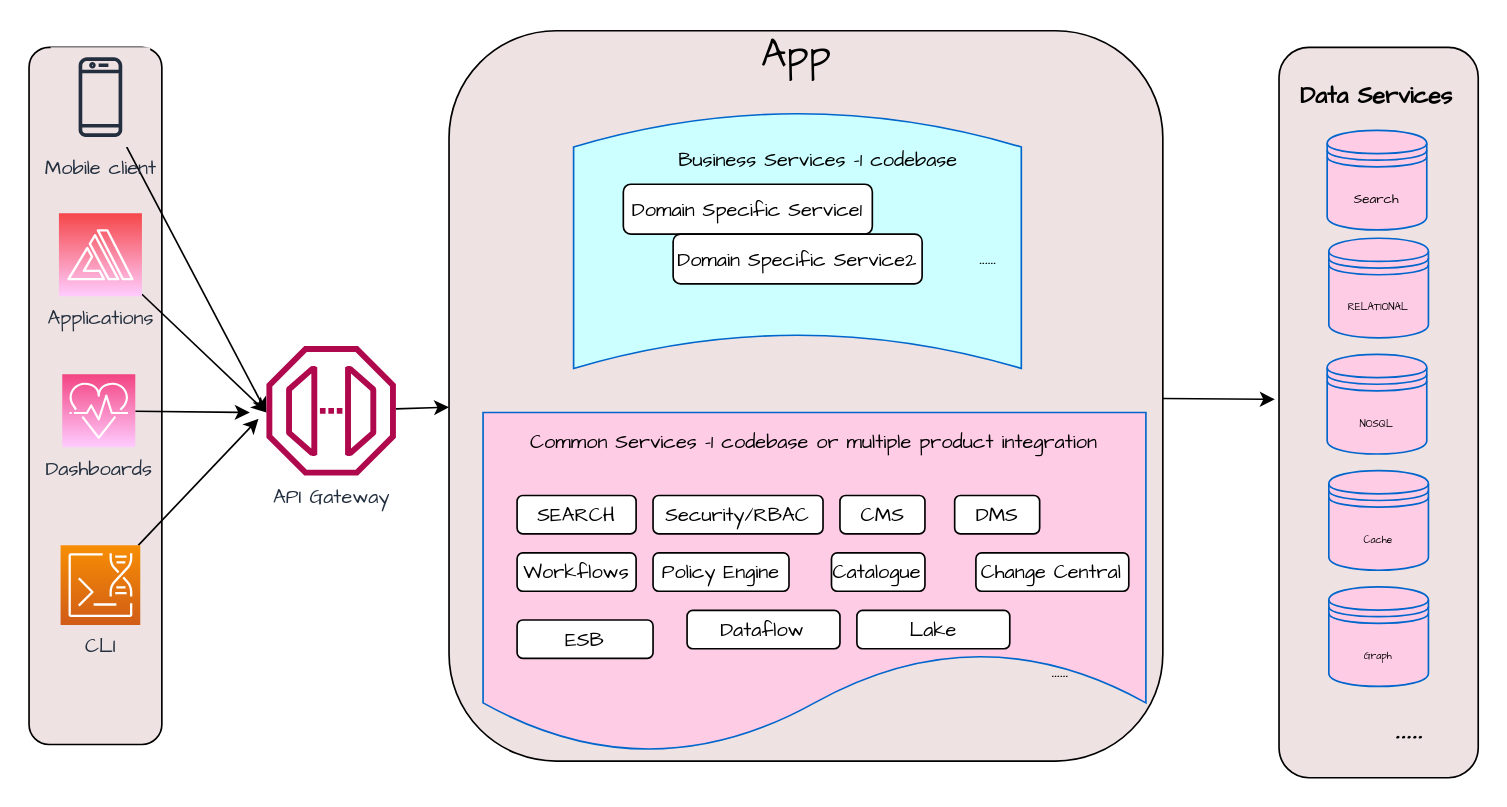
This is page "Monolith" (4 of 6) of brain/arcitectures.drawio from promodeagro/notes, a draw.io file, before an edit. Source tidied: cells renumbered, new cells numbered last; positions are measured from the earlier drawing's top-left corner, leaving out a move shared by most shapes. Both pictures are drawn from the tidied source at 166%, with x=0, y=0 at pixel (28, 17).
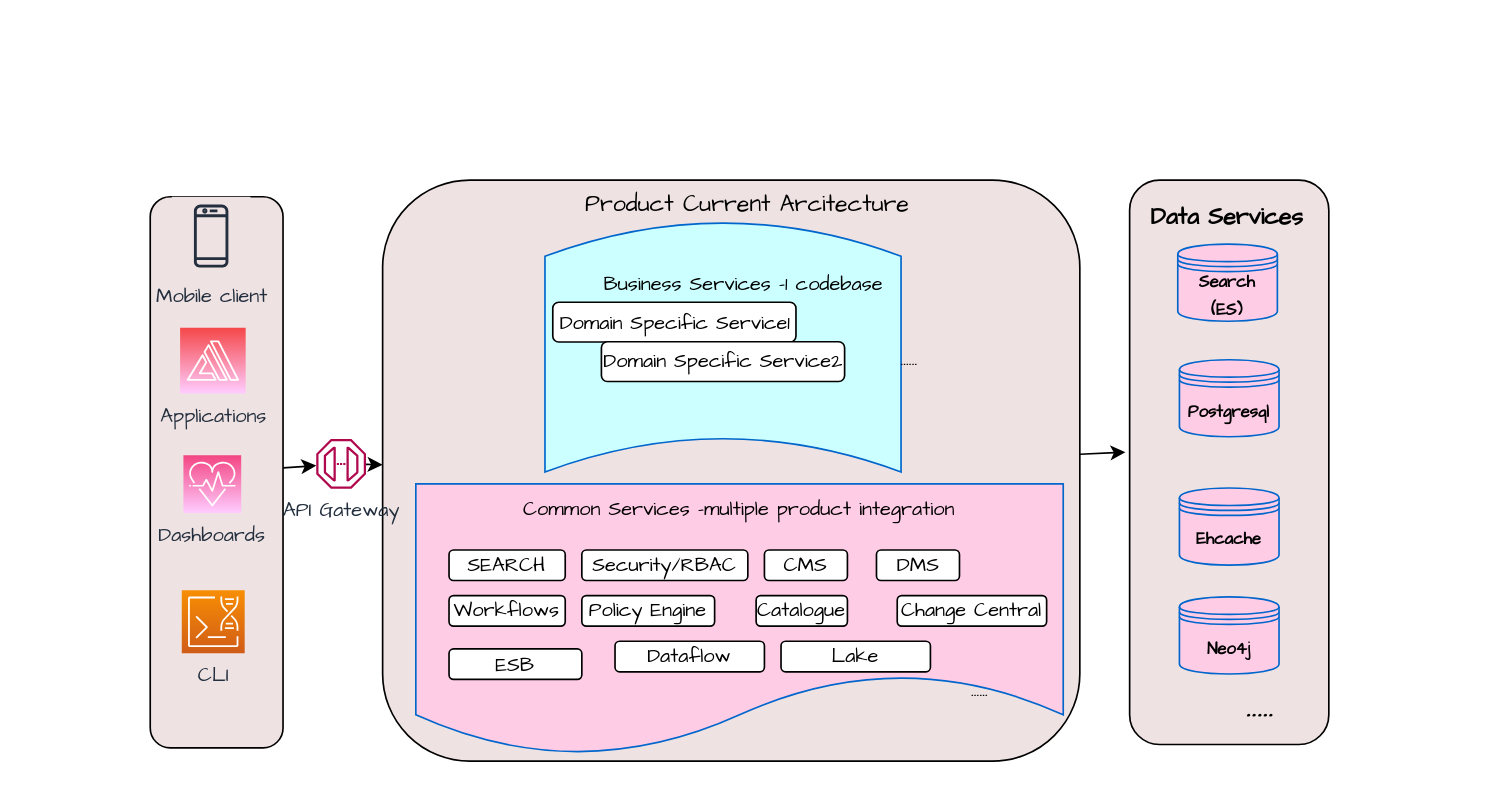
The same page after the edit.

What changed in the source:
```diff
@@
     <mxCell id="2" style="group;" parent="1" vertex="1">
-      <mxGeometry x="253" y="8" width="430" height="440" as="geometry" />
+      <mxGeometry x="213" y="98" width="420" height="350" as="geometry" />
     </mxCell>
     <mxCell id="3" style="rounded=1;whiteSpace=wrap;html=1;fillColor=#EEE2E2;" parent="2" vertex="1">
-      <mxGeometry width="430" height="440" as="geometry" />
+      <mxGeometry width="420" height="350" as="geometry" />
     </mxCell>
     <mxCell id="4" style="group;" parent="2" vertex="1">
-      <mxGeometry x="20.5" y="260" width="389" height="180" as="geometry" />
+      <mxGeometry x="20" y="206.8" width="380" height="143.2" as="geometry" />
     </mxCell>
     <mxCell id="5" value="......" style="text;html=1;strokeColor=none;fillColor=none;align=center;verticalAlign=middle;whiteSpace=wrap;rounded=0;fontFamily=Comic Sans MS;" parent="4" vertex="1">
-      <mxGeometry x="317.4" y="109.6" width="61.4" height="34.6" as="geometry" />
+      <mxGeometry x="310" y="87.2" width="60" height="27.5" as="geometry" />
     </mxCell>
-    <mxCell id="6" value="App" style="text;html=1;strokeColor=none;fillColor=none;align=center;verticalAlign=middle;whiteSpace=wrap;rounded=0;fontFamily=Comic Sans MS;fontSize=24;" parent="2" vertex="1">
-      <mxGeometry x="179.2" width="61.4" height="30" as="geometry" />
-    </mxCell>
     <mxCell id="7" style="group;" parent="2" vertex="1">
-      <mxGeometry x="20.5" y="230" width="399.3" height="205.8" as="geometry" />
+      <mxGeometry x="20" y="183" width="390" height="163.7" as="geometry" />
     </mxCell>
     <mxCell id="8" style="group;" parent="7" vertex="1">
-      <mxGeometry y="20" width="399.3" height="185.8" as="geometry" />
+      <mxGeometry y="15.9" width="390" height="147.8" as="geometry" />
     </mxCell>
     <mxCell id="9" style="shape=document;whiteSpace=wrap;html=1;boundedLbl=1;strokeColor=#0066CC;fontFamily=Comic Sans MS;fontSize=24;fillColor=#FFCCE6;" parent="8" vertex="1">
-      <mxGeometry y="-20" width="399.3" height="205.8" as="geometry" />
+      <mxGeometry y="-15.9" width="390" height="163.7" as="geometry" />
     </mxCell>
     <mxCell id="10" value="&lt;font face=&quot;Comic Sans MS&quot;&gt;SEARCH&lt;/font&gt;" style="rounded=1;whiteSpace=wrap;html=1;fillColor=#FFFFFF;" parent="8" vertex="1">
-      <mxGeometry x="20.5" y="30" width="71.7" height="23.1" as="geometry" />
+      <mxGeometry x="20" y="23.9" width="70" height="18.4" as="geometry" />
     </mxCell>
     <mxCell id="11" value="&lt;font face=&quot;Comic Sans MS&quot;&gt;Security/RBAC&lt;/font&gt;" style="rounded=1;whiteSpace=wrap;html=1;" parent="8" vertex="1">
-      <mxGeometry x="102.4" y="30" width="102.4" height="23.1" as="geometry" />
+      <mxGeometry x="100" y="23.9" width="100" height="18.4" as="geometry" />
     </mxCell>
     <mxCell id="12" value="&lt;font face=&quot;Comic Sans MS&quot;&gt;CMS&lt;/font&gt;" style="rounded=1;whiteSpace=wrap;html=1;fillColor=#FFFFFF;" parent="8" vertex="1">
-      <mxGeometry x="215" y="30" width="51.2" height="23.1" as="geometry" />
+      <mxGeometry x="210" y="23.9" width="50" height="18.4" as="geometry" />
     </mxCell>
     <mxCell id="13" value="&lt;font face=&quot;Comic Sans MS&quot;&gt;DMS&lt;/font&gt;" style="rounded=1;whiteSpace=wrap;html=1;fillColor=#FFFFFF;" parent="8" vertex="1">
-      <mxGeometry x="284.1" y="30" width="51.2" height="23.1" as="geometry" />
+      <mxGeometry x="277.5" y="23.9" width="50" height="18.4" as="geometry" />
     </mxCell>
     <mxCell id="14" value="&lt;font face=&quot;Comic Sans MS&quot;&gt;Workflows&lt;/font&gt;" style="rounded=1;whiteSpace=wrap;html=1;fillColor=#FFFFFF;" parent="8" vertex="1">
-      <mxGeometry x="20.5" y="64.6" width="71.7" height="23.1" as="geometry" />
+      <mxGeometry x="20" y="51.4" width="70" height="18.4" as="geometry" />
     </mxCell>
     <mxCell id="15" value="&lt;font face=&quot;Comic Sans MS&quot;&gt;Policy Engine&lt;/font&gt;" style="rounded=1;whiteSpace=wrap;html=1;fillColor=#FFFFFF;" parent="8" vertex="1">
-      <mxGeometry x="102.4" y="64.6" width="81.9" height="23.1" as="geometry" />
+      <mxGeometry x="100" y="51.4" width="80" height="18.4" as="geometry" />
     </mxCell>
     <mxCell id="16" value="&lt;font face=&quot;Comic Sans MS&quot;&gt;ESB&lt;/font&gt;" style="rounded=1;whiteSpace=wrap;html=1;fillColor=#FFFFFF;" parent="8" vertex="1">
-      <mxGeometry x="20.5" y="105" width="81.9" height="23.1" as="geometry" />
+      <mxGeometry x="20" y="83.5" width="80" height="18.4" as="geometry" />
     </mxCell>
     <mxCell id="17" value="&lt;font face=&quot;Comic Sans MS&quot;&gt;Catalogue&lt;/font&gt;" style="rounded=1;whiteSpace=wrap;html=1;fillColor=#FFFFFF;" parent="8" vertex="1">
-      <mxGeometry x="209.9" y="64.6" width="56.3" height="23.1" as="geometry" />
+      <mxGeometry x="205" y="51.4" width="55" height="18.4" as="geometry" />
     </mxCell>
     <mxCell id="18" value="&lt;font face=&quot;Comic Sans MS&quot;&gt;Change Central&lt;/font&gt;" style="rounded=1;whiteSpace=wrap;html=1;fillColor=#FFFFFF;" parent="8" vertex="1">
-      <mxGeometry x="296.9" y="64.6" width="92.1" height="23.1" as="geometry" />
+      <mxGeometry x="290" y="51.4" width="90" height="18.4" as="geometry" />
     </mxCell>
     <mxCell id="19" value="&lt;font face=&quot;Comic Sans MS&quot;&gt;Dataflow&lt;/font&gt;" style="rounded=1;whiteSpace=wrap;html=1;fillColor=#FFFFFF;" parent="8" vertex="1">
-      <mxGeometry x="122.9" y="99.2" width="92.1" height="23.1" as="geometry" />
+      <mxGeometry x="120" y="78.9" width="90" height="18.4" as="geometry" />
     </mxCell>
     <mxCell id="20" value="&lt;font face=&quot;Comic Sans MS&quot;&gt;Lake&lt;/font&gt;" style="rounded=1;whiteSpace=wrap;html=1;fillColor=#FFFFFF;" parent="8" vertex="1">
-      <mxGeometry x="225.2" y="99.2" width="92.1" height="23.1" as="geometry" />
+      <mxGeometry x="220" y="78.9" width="90" height="18.4" as="geometry" />
     </mxCell>
-    <mxCell id="21" value="&lt;font style=&quot;font-size: 12px;&quot;&gt;Common Services -1 codebase or multiple product integration&lt;/font&gt;" style="text;html=1;strokeColor=none;fillColor=none;align=center;verticalAlign=middle;whiteSpace=wrap;rounded=0;fontFamily=Comic Sans MS;fontSize=24;" parent="7" vertex="1">
-      <mxGeometry x="24.6" width="350" height="30" as="geometry" />
+    <mxCell id="21" value="&lt;font style=&quot;font-size: 12px;&quot;&gt;Common Services -multiple product integration&lt;/font&gt;" style="text;html=1;strokeColor=none;fillColor=none;align=center;verticalAlign=middle;whiteSpace=wrap;rounded=0;fontFamily=Comic Sans MS;fontSize=24;" parent="7" vertex="1">
+      <mxGeometry x="24.1" width="341.9" height="23.9" as="geometry" />
     </mxCell>
     <mxCell id="22" style="group;" parent="2" vertex="1">
-      <mxGeometry x="75.1" y="50" width="279.9" height="153.4" as="geometry" />
+      <mxGeometry x="73.3" y="39.8" width="273.3" height="122.1" as="geometry" />
     </mxCell>
     <mxCell id="23" style="shape=dataStorage;whiteSpace=wrap;html=1;fixedSize=1;strokeColor=#0066CC;fontFamily=Comic Sans MS;fontSize=12;fillColor=#CCFFFF;rotation=90;" parent="22" vertex="1">
-      <mxGeometry x="58.1" y="-58.1" width="153.4" height="269.7" as="geometry" />
+      <mxGeometry x="56.8" y="-46.2" width="149.9" height="214.5" as="geometry" />
     </mxCell>
     <mxCell id="24" value="&lt;font style=&quot;font-size: 12px;&quot;&gt;Business Services -1 codebase&amp;nbsp;&lt;/font&gt;" style="text;html=1;strokeColor=none;fillColor=none;align=center;verticalAlign=middle;whiteSpace=wrap;rounded=0;fontFamily=Comic Sans MS;fontSize=24;" parent="22" vertex="1">
-      <mxGeometry x="29.9" y="8.2" width="240" height="34.2" as="geometry" />
+      <mxGeometry x="29.2" y="6.6" width="234.4" height="27.2" as="geometry" />
     </mxCell>
     <mxCell id="25" value="&lt;font face=&quot;Comic Sans MS&quot;&gt;Domain Specific Service1&lt;/font&gt;" style="rounded=1;whiteSpace=wrap;html=1;fillColor=#FFFFFF;" parent="22" vertex="1">
-      <mxGeometry x="29.9" y="42.5" width="150" height="30" as="geometry" />
+      <mxGeometry x="29.2" y="33.8" width="146.5" height="23.9" as="geometry" />
     </mxCell>
     <mxCell id="26" value="&lt;font face=&quot;Comic Sans MS&quot;&gt;Domain Specific Service2&lt;/font&gt;" style="rounded=1;whiteSpace=wrap;html=1;fillColor=#FFFFFF;" parent="22" vertex="1">
-      <mxGeometry x="59.9" y="72.5" width="150" height="30" as="geometry" />
+      <mxGeometry x="58.5" y="57.6" width="146.5" height="23.9" as="geometry" />
     </mxCell>
     <mxCell id="27" value="......" style="text;html=1;strokeColor=none;fillColor=none;align=center;verticalAlign=middle;whiteSpace=wrap;rounded=0;fontFamily=Comic Sans MS;" parent="22" vertex="1">
-      <mxGeometry x="219.9" y="72.5" width="60" height="30" as="geometry" />
+      <mxGeometry x="214.7" y="57.6" width="58.6" height="23.9" as="geometry" />
     </mxCell>
-    <mxCell id="28" style="rounded=1;whiteSpace=wrap;html=1;fillColor=#EEE2E2;" parent="1" vertex="1">
-      <mxGeometry y="18" width="80" height="420" as="geometry" />
-    </mxCell>
@@
-    <mxCell id="30" value="Mobile client" style="sketch=0;outlineConnect=0;fontColor=#232F3E;gradientColor=none;strokeColor=#232F3E;fillColor=#EEE2E2;dashed=0;verticalLabelPosition=bottom;verticalAlign=top;align=center;html=1;fontSize=12;fontStyle=0;shape=mxgraph.aws4.resourceIcon;resIcon=mxgraph.aws4.mobile_client;fontFamily=Comic Sans MS;" parent="1" vertex="1">
-      <mxGeometry x="13" y="18" width="60" height="60" as="geometry" />
-    </mxCell>
@@
-    <mxCell id="32" value="Applications" style="sketch=0;points=[[0,0,0],[0.25,0,0],[0.5,0,0],[0.75,0,0],[1,0,0],[0,1,0],[0.25,1,0],[0.5,1,0],[0.75,1,0],[1,1,0],[0,0.25,0],[0,0.5,0],[0,0.75,0],[1,0.25,0],[1,0.5,0],[1,0.75,0]];outlineConnect=0;fontColor=#232F3E;gradientColor=#F54749;gradientDirection=north;fillColor=#FFCCFF;strokeColor=#ffffff;dashed=0;verticalLabelPosition=bottom;verticalAlign=top;align=center;html=1;fontSize=12;fontStyle=0;shape=mxgraph.aws4.resourceIcon;resIcon=mxgraph.aws4.amplify;fontFamily=Comic Sans MS;" parent="1" vertex="1">
-      <mxGeometry x="18" y="118" width="50" height="50" as="geometry" />
-    </mxCell>
@@
-    <mxCell id="34" value="Dashboards&lt;br&gt;" style="sketch=0;points=[[0,0,0],[0.25,0,0],[0.5,0,0],[0.75,0,0],[1,0,0],[0,1,0],[0.25,1,0],[0.5,1,0],[0.75,1,0],[1,1,0],[0,0.25,0],[0,0.5,0],[0,0.75,0],[1,0.25,0],[1,0.5,0],[1,0.75,0]];points=[[0,0,0],[0.25,0,0],[0.5,0,0],[0.75,0,0],[1,0,0],[0,1,0],[0.25,1,0],[0.5,1,0],[0.75,1,0],[1,1,0],[0,0.25,0],[0,0.5,0],[0,0.75,0],[1,0.25,0],[1,0.5,0],[1,0.75,0]];outlineConnect=0;fontColor=#232F3E;gradientColor=#F34482;gradientDirection=north;fillColor=#FFCCFF;strokeColor=#ffffff;dashed=0;verticalLabelPosition=bottom;verticalAlign=top;align=center;html=1;fontSize=12;fontStyle=0;shape=mxgraph.aws4.resourceIcon;resIcon=mxgraph.aws4.personal_health_dashboard;fontFamily=Comic Sans MS;" parent="1" vertex="1">
-      <mxGeometry x="20" y="215" width="44" height="44" as="geometry" />
-    </mxCell>
-    <mxCell id="35" style="edgeStyle=none;html=1;fontFamily=Comic Sans MS;fontSize=24;entryX=-0.061;entryY=0.561;entryDx=0;entryDy=0;entryPerimeter=0;" parent="1" edge="1" source="36" target="39">
-      <mxGeometry relative="1" as="geometry" />
-    </mxCell>
-    <mxCell id="36" value="CLI" style="sketch=0;points=[[0,0,0],[0.25,0,0],[0.5,0,0],[0.75,0,0],[1,0,0],[0,1,0],[0.25,1,0],[0.5,1,0],[0.75,1,0],[1,1,0],[0,0.25,0],[0,0.5,0],[0,0.75,0],[1,0.25,0],[1,0.5,0],[1,0.75,0]];outlineConnect=0;fontColor=#232F3E;gradientColor=#F78E04;gradientDirection=north;fillColor=#D05C17;strokeColor=#ffffff;dashed=0;verticalLabelPosition=bottom;verticalAlign=top;align=center;html=1;fontSize=12;fontStyle=0;shape=mxgraph.aws4.resourceIcon;resIcon=mxgraph.aws4.genomics_cli;fontFamily=Comic Sans MS;" parent="1" vertex="1">
-      <mxGeometry x="19" y="318" width="48" height="48" as="geometry" />
-    </mxCell>
@@
-    <mxCell id="38" style="edgeStyle=none;html=1;fontFamily=Comic Sans MS;fontSize=12;" parent="1" edge="1" source="39" target="3">
+    <mxCell id="38" style="edgeStyle=none;html=1;fontFamily=Comic Sans MS;fontSize=8;" parent="1" edge="1" source="39" target="3">
       <mxGeometry relative="1" as="geometry" />
     </mxCell>
     <mxCell id="39" value="API Gateway" style="sketch=0;outlineConnect=0;fontColor=#232F3E;gradientColor=none;fillColor=#B0084D;strokeColor=none;dashed=0;verticalLabelPosition=bottom;verticalAlign=top;align=center;html=1;fontSize=12;fontStyle=0;shape=mxgraph.aws4.endpoint;fontFamily=Comic Sans MS;" parent="1" vertex="1">
-      <mxGeometry x="143" y="198" width="78" height="78" as="geometry" />
+      <mxGeometry x="173" y="254" width="30" height="30" as="geometry" />
     </mxCell>
     <mxCell id="40" style="group;" parent="1" vertex="1">
-      <mxGeometry x="753" y="18" width="120" height="440" as="geometry" />
+      <mxGeometry x="663" y="98" width="120" height="340" as="geometry" />
     </mxCell>
     <mxCell id="41" style="rounded=1;whiteSpace=wrap;html=1;fillColor=#EEE2E2;" parent="40" vertex="1">
-      <mxGeometry width="120" height="440" as="geometry" />
+      <mxGeometry width="120" height="340" as="geometry" />
     </mxCell>
     <mxCell id="42" value="&lt;font style=&quot;font-size: 14px;&quot;&gt;&lt;b&gt;Data Services&lt;/b&gt;&lt;/font&gt;" style="text;html=1;strokeColor=none;fillColor=none;align=center;verticalAlign=middle;whiteSpace=wrap;rounded=0;fontFamily=Comic Sans MS;fontSize=8;" parent="40" vertex="1">
-      <mxGeometry x="9" y="15" width="100" height="30" as="geometry" />
+      <mxGeometry x="9" y="11.6" width="100" height="23.2" as="geometry" />
     </mxCell>
-    <mxCell id="43" value="&lt;font style=&quot;font-size: 8px;&quot;&gt;Search&lt;br&gt;&lt;/font&gt;" style="shape=datastore;whiteSpace=wrap;html=1;strokeColor=#0066CC;fontFamily=Comic Sans MS;fontSize=14;fillColor=#FFCCE6;" parent="40" vertex="1">
-      <mxGeometry x="29" y="50" width="60" height="60" as="geometry" />
+    <mxCell id="43" value="&lt;font style=&quot;&quot;&gt;&lt;b style=&quot;&quot;&gt;&lt;font style=&quot;font-size: 10px;&quot;&gt;Search&lt;br&gt;(ES)&lt;/font&gt;&lt;/b&gt;&lt;br&gt;&lt;/font&gt;" style="shape=datastore;whiteSpace=wrap;html=1;strokeColor=#0066CC;fontFamily=Comic Sans MS;fontSize=14;fillColor=#FFCCE6;" parent="40" vertex="1">
+      <mxGeometry x="29" y="38.6" width="60" height="46.4" as="geometry" />
     </mxCell>
-    <mxCell id="44" value="&lt;font style=&quot;&quot;&gt;&lt;font style=&quot;font-size: 6px;&quot;&gt;RELATIONAL&lt;/font&gt;&lt;br&gt;&lt;/font&gt;" style="shape=datastore;whiteSpace=wrap;html=1;strokeColor=#0066CC;fontFamily=Comic Sans MS;fontSize=14;fillColor=#FFCCE6;" parent="40" vertex="1">
-      <mxGeometry x="30" y="115" width="60" height="60" as="geometry" />
+    <mxCell id="44" value="&lt;font style=&quot;&quot;&gt;&lt;font style=&quot;font-size: 10px;&quot;&gt;&lt;b&gt;Postgresql&lt;/b&gt;&lt;/font&gt;&lt;br&gt;&lt;/font&gt;" style="shape=datastore;whiteSpace=wrap;html=1;strokeColor=#0066CC;fontFamily=Comic Sans MS;fontSize=14;fillColor=#FFCCE6;" parent="40" vertex="1">
+      <mxGeometry x="30" y="108.2" width="60" height="46.4" as="geometry" />
     </mxCell>
-    <mxCell id="45" value="&lt;font style=&quot;&quot;&gt;&lt;font style=&quot;font-size: 6px;&quot;&gt;NOSQL&lt;/font&gt;&lt;br&gt;&lt;/font&gt;" style="shape=datastore;whiteSpace=wrap;html=1;strokeColor=#0066CC;fontFamily=Comic Sans MS;fontSize=14;fillColor=#FFCCE6;" parent="40" vertex="1">
-      <mxGeometry x="29" y="185" width="60" height="60" as="geometry" />
-    </mxCell>
-    <mxCell id="46" value="&lt;font style=&quot;&quot;&gt;&lt;font style=&quot;font-size: 6px;&quot;&gt;Cache&lt;/font&gt;&lt;br&gt;&lt;/font&gt;" style="shape=datastore;whiteSpace=wrap;html=1;strokeColor=#0066CC;fontFamily=Comic Sans MS;fontSize=14;fillColor=#FFCCE6;" parent="40" vertex="1">
-      <mxGeometry x="30" y="255" width="60" height="60" as="geometry" />
+    <mxCell id="46" value="&lt;font style=&quot;&quot;&gt;&lt;font style=&quot;font-size: 10px;&quot;&gt;&lt;b&gt;Ehcache&lt;/b&gt;&lt;/font&gt;&lt;br&gt;&lt;/font&gt;" style="shape=datastore;whiteSpace=wrap;html=1;strokeColor=#0066CC;fontFamily=Comic Sans MS;fontSize=14;fillColor=#FFCCE6;" parent="40" vertex="1">
+      <mxGeometry x="30" y="185.5" width="60" height="46.4" as="geometry" />
     </mxCell>
-    <mxCell id="47" value="&lt;font style=&quot;&quot;&gt;&lt;font style=&quot;font-size: 6px;&quot;&gt;Graph&lt;/font&gt;&lt;br&gt;&lt;/font&gt;" style="shape=datastore;whiteSpace=wrap;html=1;strokeColor=#0066CC;fontFamily=Comic Sans MS;fontSize=14;fillColor=#FFCCE6;" parent="40" vertex="1">
-      <mxGeometry x="30" y="325" width="60" height="60" as="geometry" />
+    <mxCell id="47" value="&lt;font style=&quot;&quot;&gt;&lt;font style=&quot;font-size: 10px;&quot;&gt;&lt;b&gt;Neo4j&lt;/b&gt;&lt;/font&gt;&lt;br&gt;&lt;/font&gt;" style="shape=datastore;whiteSpace=wrap;html=1;strokeColor=#0066CC;fontFamily=Comic Sans MS;fontSize=14;fillColor=#FFCCE6;" parent="40" vertex="1">
+      <mxGeometry x="30" y="251.1" width="60" height="46.4" as="geometry" />
     </mxCell>
     <mxCell id="48" value="&lt;font style=&quot;font-size: 24px;&quot;&gt;.....&lt;/font&gt;" style="text;html=1;strokeColor=none;fillColor=none;align=center;verticalAlign=middle;whiteSpace=wrap;rounded=0;fontFamily=Comic Sans MS;fontSize=6;" parent="40" vertex="1">
-      <mxGeometry x="49" y="395" width="60" height="30" as="geometry" />
+      <mxGeometry x="49" y="305.2" width="60" height="23.2" as="geometry" />
     </mxCell>
+    <mxCell id="49" value="Product Current Arcitecture" style="text;html=1;strokeColor=none;fillColor=none;align=center;verticalAlign=middle;whiteSpace=wrap;rounded=0;fontFamily=Comic Sans MS;fontSize=14;" parent="1" vertex="1">
+      <mxGeometry x="253" y="98" width="360" height="30" as="geometry" />
+    </mxCell>
+    <mxCell id="50" style="group;" parent="1" vertex="1">
+      <mxGeometry x="73" y="108" width="80" height="332" as="geometry" />
+    </mxCell>
+    <mxCell id="28" style="rounded=1;whiteSpace=wrap;html=1;fillColor=#EEE2E2;" parent="50" vertex="1">
+      <mxGeometry width="80" height="332" as="geometry" />
+    </mxCell>
+    <mxCell id="30" value="Mobile client" style="sketch=0;outlineConnect=0;fontColor=#232F3E;gradientColor=none;strokeColor=#232F3E;fillColor=#EEE2E2;dashed=0;verticalLabelPosition=bottom;verticalAlign=top;align=center;html=1;fontSize=12;fontStyle=0;shape=mxgraph.aws4.resourceIcon;resIcon=mxgraph.aws4.mobile_client;fontFamily=Comic Sans MS;" parent="50" vertex="1">
+      <mxGeometry x="13" width="47.4" height="47.4" as="geometry" />
+    </mxCell>
+    <mxCell id="32" value="Applications" style="sketch=0;points=[[0,0,0],[0.25,0,0],[0.5,0,0],[0.75,0,0],[1,0,0],[0,1,0],[0.25,1,0],[0.5,1,0],[0.75,1,0],[1,1,0],[0,0.25,0],[0,0.5,0],[0,0.75,0],[1,0.25,0],[1,0.5,0],[1,0.75,0]];outlineConnect=0;fontColor=#232F3E;gradientColor=#F54749;gradientDirection=north;fillColor=#FFCCFF;strokeColor=#ffffff;dashed=0;verticalLabelPosition=bottom;verticalAlign=top;align=center;html=1;fontSize=12;fontStyle=0;shape=mxgraph.aws4.resourceIcon;resIcon=mxgraph.aws4.amplify;fontFamily=Comic Sans MS;" parent="50" vertex="1">
+      <mxGeometry x="18" y="79" width="39.5" height="39.5" as="geometry" />
+    </mxCell>
+    <mxCell id="34" value="Dashboards&lt;br&gt;" style="sketch=0;points=[[0,0,0],[0.25,0,0],[0.5,0,0],[0.75,0,0],[1,0,0],[0,1,0],[0.25,1,0],[0.5,1,0],[0.75,1,0],[1,1,0],[0,0.25,0],[0,0.5,0],[0,0.75,0],[1,0.25,0],[1,0.5,0],[1,0.75,0]];points=[[0,0,0],[0.25,0,0],[0.5,0,0],[0.75,0,0],[1,0,0],[0,1,0],[0.25,1,0],[0.5,1,0],[0.75,1,0],[1,1,0],[0,0.25,0],[0,0.5,0],[0,0.75,0],[1,0.25,0],[1,0.5,0],[1,0.75,0]];outlineConnect=0;fontColor=#232F3E;gradientColor=#F34482;gradientDirection=north;fillColor=#FFCCFF;strokeColor=#ffffff;dashed=0;verticalLabelPosition=bottom;verticalAlign=top;align=center;html=1;fontSize=12;fontStyle=0;shape=mxgraph.aws4.resourceIcon;resIcon=mxgraph.aws4.personal_health_dashboard;fontFamily=Comic Sans MS;" parent="50" vertex="1">
+      <mxGeometry x="20" y="155.7" width="34.8" height="34.8" as="geometry" />
+    </mxCell>
+    <mxCell id="36" value="CLI" style="sketch=0;points=[[0,0,0],[0.25,0,0],[0.5,0,0],[0.75,0,0],[1,0,0],[0,1,0],[0.25,1,0],[0.5,1,0],[0.75,1,0],[1,1,0],[0,0.25,0],[0,0.5,0],[0,0.75,0],[1,0.25,0],[1,0.5,0],[1,0.75,0]];outlineConnect=0;fontColor=#232F3E;gradientColor=#F78E04;gradientDirection=north;fillColor=#D05C17;strokeColor=#ffffff;dashed=0;verticalLabelPosition=bottom;verticalAlign=top;align=center;html=1;fontSize=12;fontStyle=0;shape=mxgraph.aws4.resourceIcon;resIcon=mxgraph.aws4.genomics_cli;fontFamily=Comic Sans MS;" parent="50" vertex="1">
+      <mxGeometry x="19" y="237.1" width="37.9" height="37.9" as="geometry" />
+    </mxCell>
+    <mxCell id="51" style="edgeStyle=none;html=1;fontFamily=Comic Sans MS;fontSize=8;" parent="1" edge="1" source="28" target="39">
+      <mxGeometry relative="1" as="geometry" />
+    </mxCell>
```
